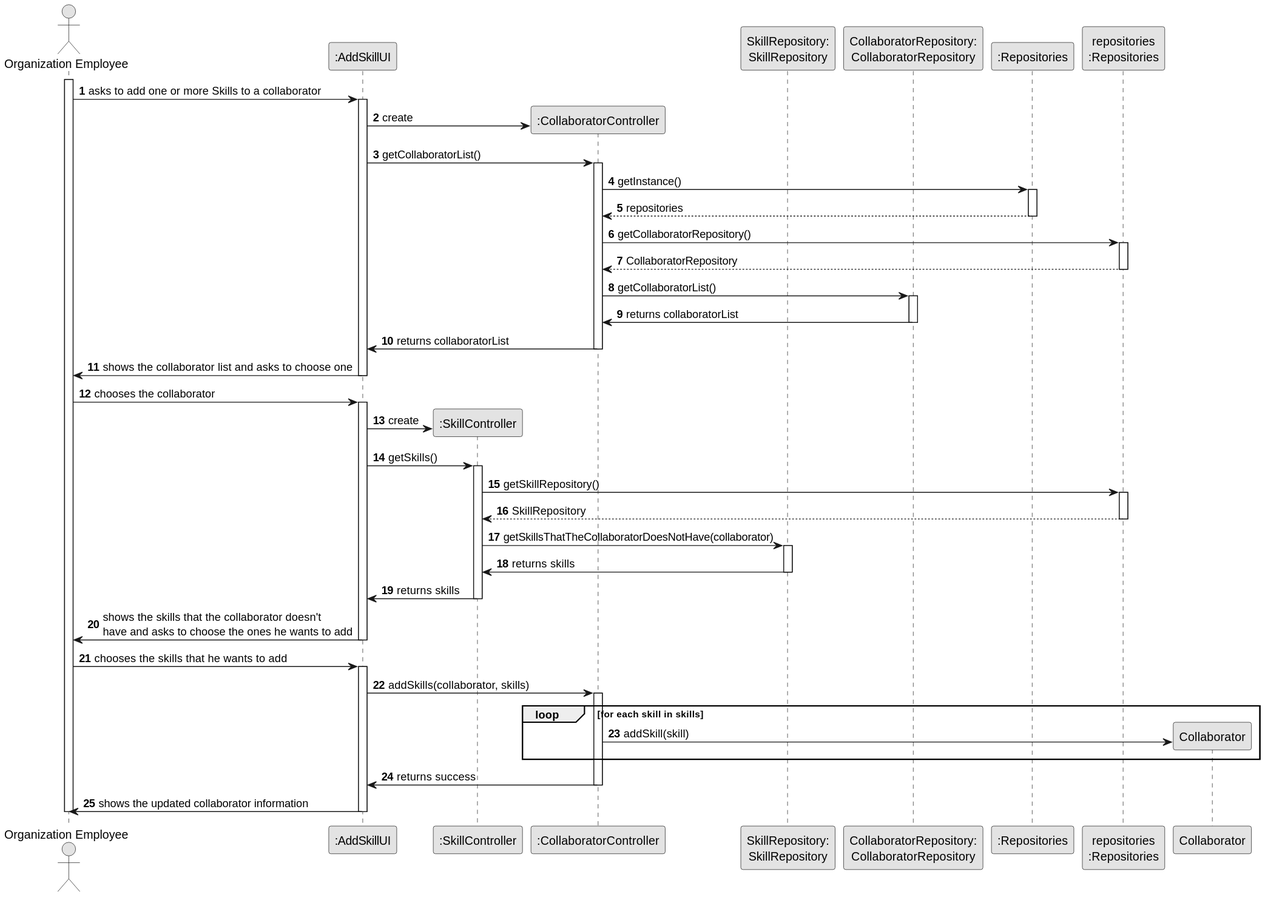
This is docs/sprintB/us004/03.design/svg/us004-sequence-diagram-full.svg from RicardoMorim/lapr2-ISEP-Project, a PlantUML export, as it was before one commit.
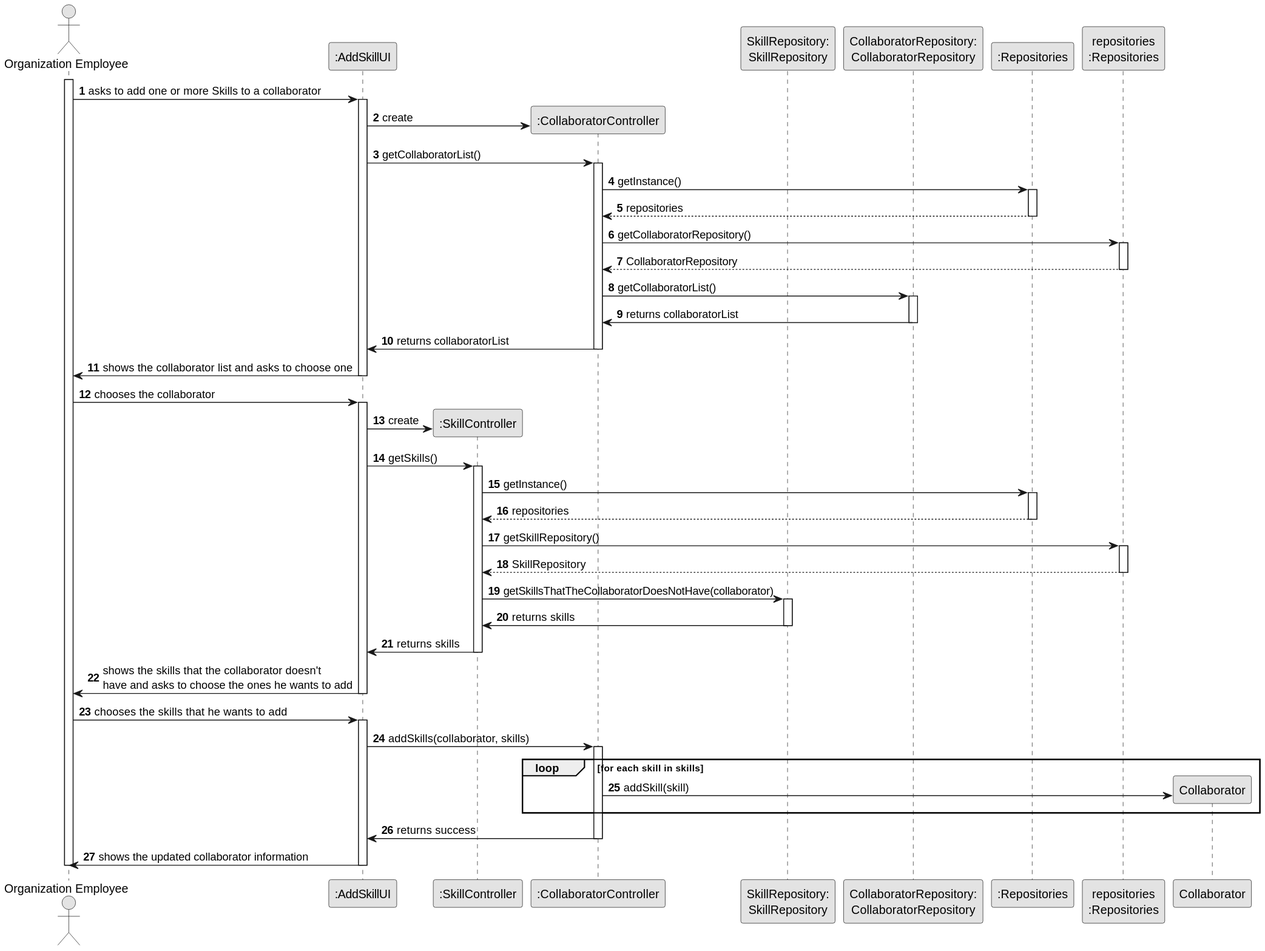
Above is the later version.

Change to the diagram source:
```diff
@@ -51,6 +51,11 @@
         UI -> SkillCTRL** : create
         UI -> SkillCTRL : getSkills()
         activate SkillCTRL
+        SkillCTRL -> RepositorySingleton : getInstance()
+             activate RepositorySingleton
+
+                  RepositorySingleton --> SkillCTRL: repositories
+             deactivate RepositorySingleton
             SkillCTRL -> PLAT : getSkillRepository()
             activate PLAT
             PLAT --> SkillCTRL: SkillRepository
```
